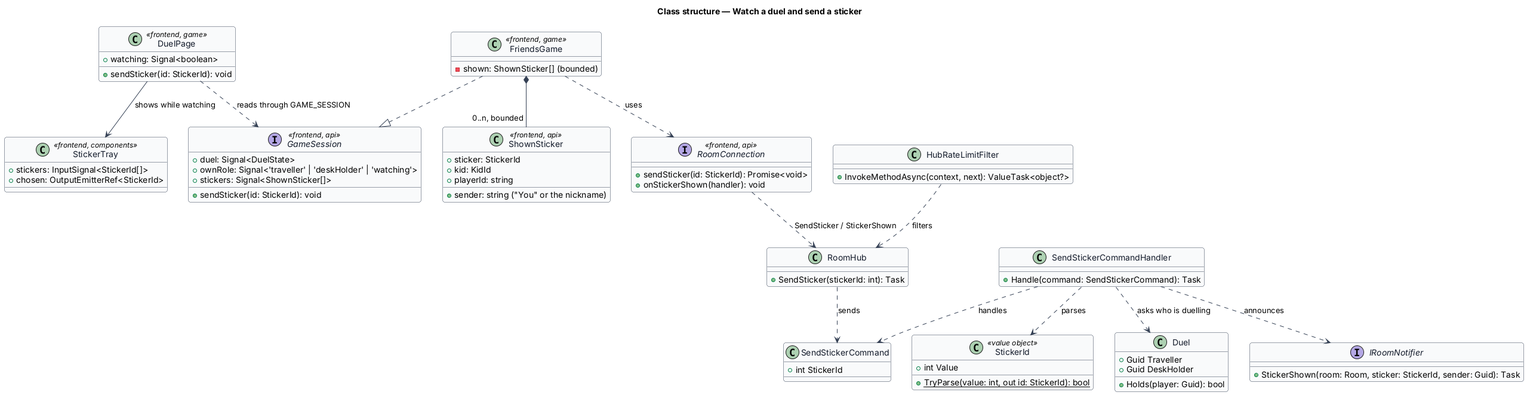
This is docs/detailed-designs/rooms/watch-duel-and-send-sticker/diagrams/class-structure.png from QuinntyneBrown/around-the-world, a PlantUML export, as it was before one commit. Its source is kept beside it as docs/detailed-designs/rooms/watch-duel-and-send-sticker/diagrams/class-structure.puml. Source of this version:
```plantuml
@startuml
skinparam backgroundColor #FFFFFF
skinparam shadowing false
skinparam roundcorner 8
skinparam defaultFontName Arial
skinparam ArrowColor #344054
skinparam class {
  BorderColor #344054
  FontColor #101828
  BackgroundColor #F9FAFB
}
title Class structure — Watch a duel and send a sticker

class DuelPage <<frontend, game>> {
  +watching: Signal<boolean>
  +sendSticker(id: StickerId): void
}
class StickerTray <<frontend, components>> {
  +stickers: InputSignal<StickerId[]>
  +chosen: OutputEmitterRef<StickerId>
}
interface GameSession <<frontend, api>> {
  +duel: Signal<DuelState>
  +ownRole: Signal<'traveller' | 'deskHolder' | 'watching'>
  +stickers: Signal<ShownSticker[]>
  +sendSticker(id: StickerId): void
}
class FriendsGame <<frontend, game>> {
  -shown: ShownSticker[] (bounded)
}
class ShownSticker <<frontend, api>> {
  +sticker: StickerId
  +kid: KidId
  +playerId: string
  +sender: string ("You" or the nickname)
}
interface RoomConnection <<frontend, api>> {
  +sendSticker(id: StickerId): Promise<void>
  +onStickerShown(handler): void
}
class RoomHub {
  +SendSticker(stickerId: int): Task
}
class HubRateLimitFilter {
  +InvokeMethodAsync(context, next): ValueTask<object?>
}
class SendStickerCommand {
  +int StickerId
}
class SendStickerCommandHandler {
  +Handle(command: SendStickerCommand): Task
}
class StickerId <<value object>> {
  +int Value
  +{static} TryParse(value: int, out id: StickerId): bool
}
class Duel {
  +Guid Traveller
  +Guid DeskHolder
  +Holds(player: Guid): bool
}
interface IRoomNotifier {
  +StickerShown(room: Room, sticker: StickerId, sender: Guid): Task
}

DuelPage --> StickerTray : shows while watching
DuelPage ..> GameSession : reads through GAME_SESSION
FriendsGame ..|> GameSession
FriendsGame *-- "0..n, bounded" ShownSticker
FriendsGame ..> RoomConnection : uses
RoomConnection ..> RoomHub : SendSticker / StickerShown
HubRateLimitFilter ..> RoomHub : filters
RoomHub ..> SendStickerCommand : sends
SendStickerCommandHandler ..> SendStickerCommand : handles
SendStickerCommandHandler ..> StickerId : parses
SendStickerCommandHandler ..> Duel : asks who is duelling
SendStickerCommandHandler ..> IRoomNotifier : announces
@enduml
```
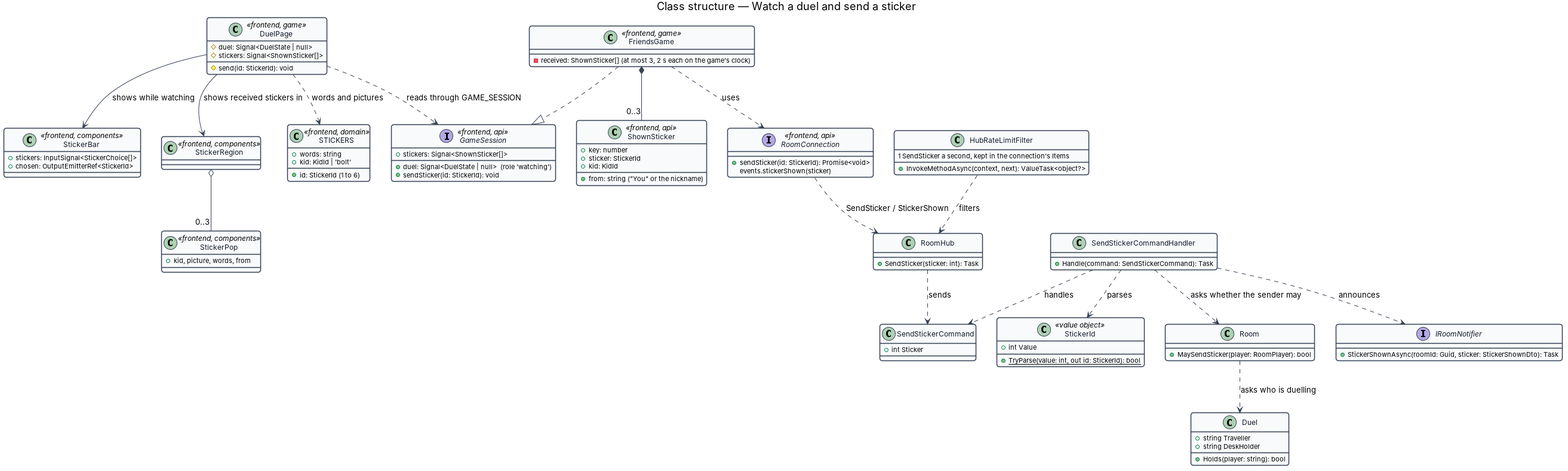
Above is the later version.

Diff of the diagram source:
```diff
@@ -12,40 +12,50 @@
 title Class structure — Watch a duel and send a sticker
 
 class DuelPage <<frontend, game>> {
-  +watching: Signal<boolean>
-  +sendSticker(id: StickerId): void
+  #duel: Signal<DuelState | null>
+  #stickers: Signal<ShownSticker[]>
+  #send(id: StickerId): void
 }
-class StickerTray <<frontend, components>> {
-  +stickers: InputSignal<StickerId[]>
+class StickerBar <<frontend, components>> {
+  +stickers: InputSignal<StickerChoice[]>
   +chosen: OutputEmitterRef<StickerId>
 }
+class StickerRegion <<frontend, components>>
+class StickerPop <<frontend, components>> {
+  +kid, picture, words, from
+}
+class STICKERS <<frontend, domain>> {
+  +id: StickerId (1 to 6)
+  +words: string
+  +kid: KidId | 'bolt'
+}
 interface GameSession <<frontend, api>> {
-  +duel: Signal<DuelState>
-  +ownRole: Signal<'traveller' | 'deskHolder' | 'watching'>
+  +duel: Signal<DuelState | null>  (role 'watching')
   +stickers: Signal<ShownSticker[]>
   +sendSticker(id: StickerId): void
 }
 class FriendsGame <<frontend, game>> {
-  -shown: ShownSticker[] (bounded)
+  -received: ShownSticker[] (at most 3, 2 s each on the game's clock)
 }
 class ShownSticker <<frontend, api>> {
+  +key: number
   +sticker: StickerId
   +kid: KidId
-  +playerId: string
-  +sender: string ("You" or the nickname)
+  +from: string ("You" or the nickname)
 }
 interface RoomConnection <<frontend, api>> {
   +sendSticker(id: StickerId): Promise<void>
-  +onStickerShown(handler): void
+  events.stickerShown(sticker)
 }
 class RoomHub {
-  +SendSticker(stickerId: int): Task
+  +SendSticker(sticker: int): Task
 }
 class HubRateLimitFilter {
   +InvokeMethodAsync(context, next): ValueTask<object?>
+  1 SendSticker a second, kept in the connection's Items
 }
 class SendStickerCommand {
-  +int StickerId
+  +int Sticker
 }
 class SendStickerCommandHandler {
   +Handle(command: SendStickerCommand): Task
@@ -54,25 +64,32 @@
   +int Value
   +{static} TryParse(value: int, out id: StickerId): bool
 }
+class Room {
+  +MaySendSticker(player: RoomPlayer): bool
+}
 class Duel {
-  +Guid Traveller
-  +Guid DeskHolder
-  +Holds(player: Guid): bool
+  +string Traveller
+  +string DeskHolder
+  +Holds(player: string): bool
 }
 interface IRoomNotifier {
-  +StickerShown(room: Room, sticker: StickerId, sender: Guid): Task
+  +StickerShownAsync(roomId: Guid, sticker: StickerShownDto): Task
 }
 
-DuelPage --> StickerTray : shows while watching
+DuelPage --> StickerBar : shows while watching
+DuelPage --> StickerRegion : shows received stickers in
+StickerRegion o-- "0..3" StickerPop
+DuelPage ..> STICKERS : words and pictures
 DuelPage ..> GameSession : reads through GAME_SESSION
 FriendsGame ..|> GameSession
-FriendsGame *-- "0..n, bounded" ShownSticker
+FriendsGame *-- "0..3" ShownSticker
 FriendsGame ..> RoomConnection : uses
 RoomConnection ..> RoomHub : SendSticker / StickerShown
 HubRateLimitFilter ..> RoomHub : filters
 RoomHub ..> SendStickerCommand : sends
 SendStickerCommandHandler ..> SendStickerCommand : handles
 SendStickerCommandHandler ..> StickerId : parses
-SendStickerCommandHandler ..> Duel : asks who is duelling
+SendStickerCommandHandler ..> Room : asks whether the sender may
+Room ..> Duel : asks who is duelling
 SendStickerCommandHandler ..> IRoomNotifier : announces
 @enduml
```
